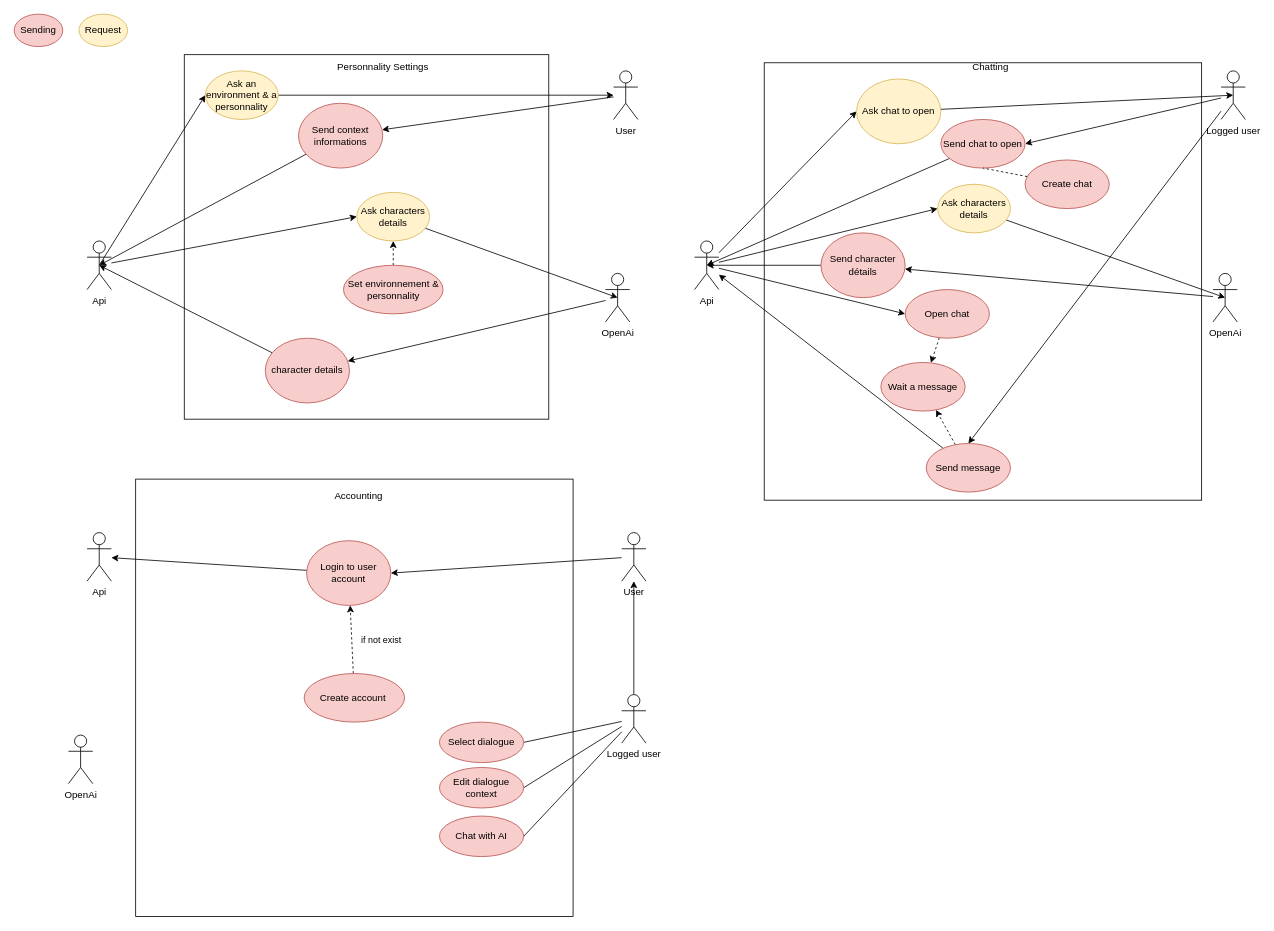
This is page "UseCase" (1 of 4) of UseCase.drawio from TheoPasquier/Ai-Personnality-chatting, a draw.io file, before an edit. Source tidied: cells renumbered, new cells numbered last; positions are measured from the earlier drawing's top-left corner, leaving out a move shared by most shapes. Both pictures are drawn from the tidied source at 81%, with x=0, y=0 at pixel (14, 14).
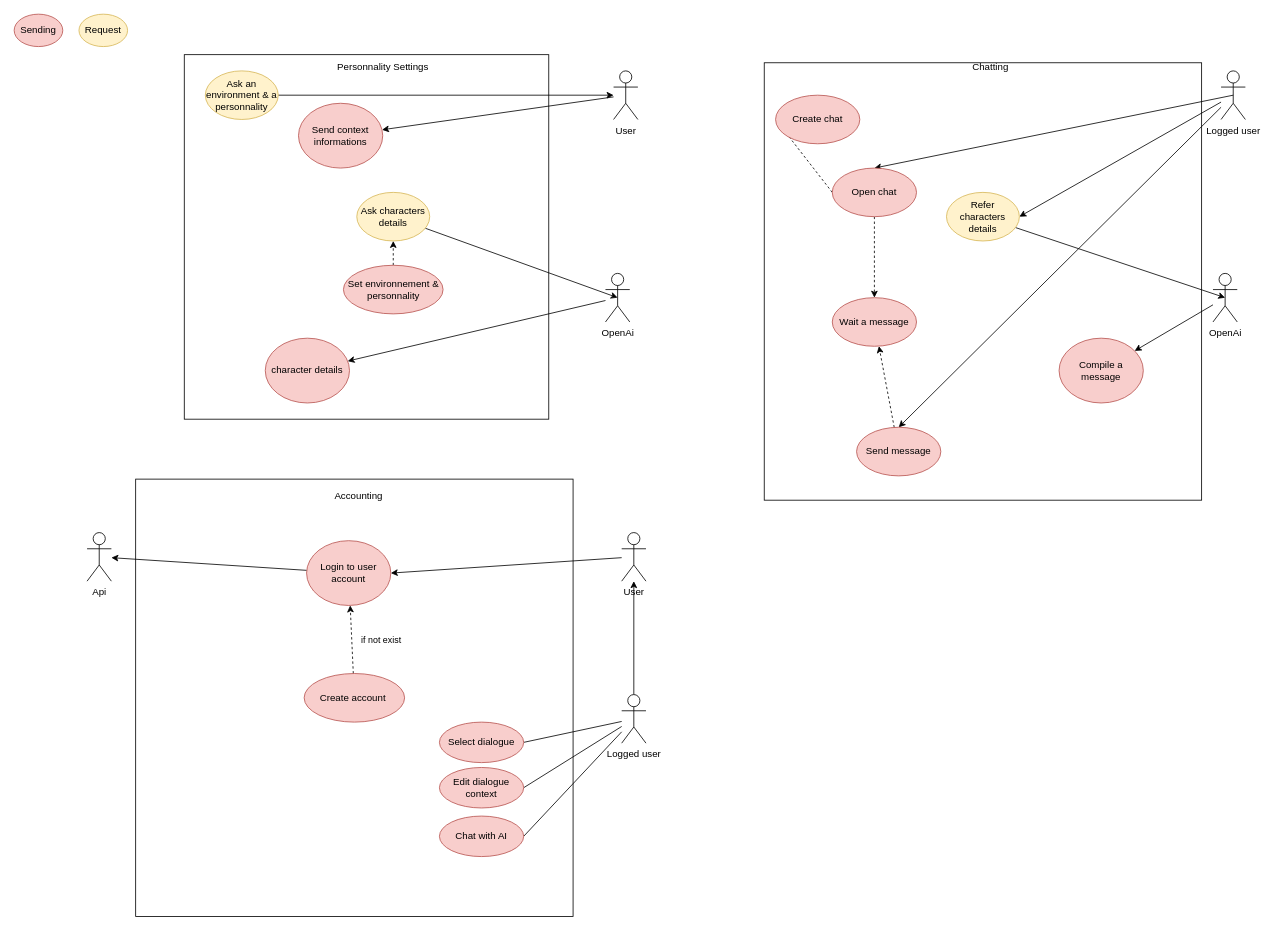
After the change.

Commit message:
Mettre à jour UseCase.drawio

Unchanged cells that the change refers to:
```xml
<mxCell id="11" value="&lt;div&gt;Ask an environment &amp;amp; a personnality&lt;/div&gt;" style="ellipse;whiteSpace=wrap;html=1;fillColor=#fff2cc;strokeColor=#d6b656;" parent="1" vertex="1">
  <mxGeometry x="236" y="70" width="90" height="60" as="geometry" />
</mxCell>
<mxCell id="13" value="&lt;div&gt;Send context informations&lt;/div&gt;" style="ellipse;whiteSpace=wrap;html=1;fillColor=#f8cecc;strokeColor=#b85450;" parent="1" vertex="1">
  <mxGeometry x="351" y="110" width="104" height="80" as="geometry" />
</mxCell>
<mxCell id="15" value="character details" style="ellipse;whiteSpace=wrap;html=1;fillColor=#f8cecc;strokeColor=#b85450;" parent="1" vertex="1">
  <mxGeometry x="310" y="400" width="104" height="80" as="geometry" />
</mxCell>
<mxCell id="17" value="Ask characters details" style="ellipse;whiteSpace=wrap;html=1;fillColor=#fff2cc;strokeColor=#d6b656;" parent="1" vertex="1">
  <mxGeometry x="423" y="220" width="90" height="60" as="geometry" />
</mxCell>
<mxCell id="45" value="Logged user" style="shape=umlActor;verticalLabelPosition=bottom;verticalAlign=top;html=1;outlineConnect=0;" parent="1" vertex="1">
  <mxGeometry x="1490" y="70" width="30" height="60" as="geometry" />
</mxCell>
```

Change to the diagram source:
```diff
@@
-    <mxCell id="7" style="rounded=0;jettySize=auto;html=1;exitX=0.5;exitY=0.5;exitDx=0;exitDy=0;exitPerimeter=0;entryX=0;entryY=0.5;entryDx=0;entryDy=0;" parent="1" edge="1" source="9" target="11">
-      <mxGeometry relative="1" as="geometry" />
-    </mxCell>
-    <mxCell id="8" style="edgeStyle=none;rounded=0;jettySize=auto;html=1;entryX=0;entryY=0.5;entryDx=0;entryDy=0;" parent="1" edge="1" source="9" target="17">
-      <mxGeometry relative="1" as="geometry" />
-    </mxCell>
-    <mxCell id="9" value="Api" style="shape=umlActor;verticalLabelPosition=bottom;verticalAlign=top;html=1;outlineConnect=0;" parent="1" vertex="1">
-      <mxGeometry x="90" y="280" width="30" height="60" as="geometry" />
-    </mxCell>
@@
-    <mxCell id="12" style="edgeStyle=none;rounded=0;jettySize=auto;html=1;entryX=0.5;entryY=0.5;entryDx=0;entryDy=0;entryPerimeter=0;" parent="1" edge="1" source="13" target="9">
-      <mxGeometry relative="1" as="geometry" />
-    </mxCell>
@@
-    <mxCell id="14" style="edgeStyle=none;rounded=0;jettySize=auto;html=1;entryX=0.5;entryY=0.5;entryDx=0;entryDy=0;entryPerimeter=0;" parent="1" edge="1" source="15" target="9">
-      <mxGeometry relative="1" as="geometry" />
-    </mxCell>
@@
-    <mxCell id="21" value="OpenAi" style="shape=umlActor;verticalLabelPosition=bottom;verticalAlign=top;html=1;" parent="1" vertex="1">
-      <mxGeometry x="67" y="890" width="30" height="60" as="geometry" />
-    </mxCell>
@@
-    <mxCell id="43" style="edgeStyle=none;rounded=0;jettySize=auto;html=1;entryX=1;entryY=0.5;entryDx=0;entryDy=0;strokeWidth=1;" parent="1" edge="1" source="45" target="60">
-      <mxGeometry relative="1" as="geometry" />
-    </mxCell>
@@
+    <mxCell id="71" style="edgeStyle=none;rounded=0;jettySize=auto;html=1;entryX=1;entryY=0.5;entryDx=0;entryDy=0;endArrow=classic;endFill=1;" parent="1" edge="1" source="45" target="57">
+      <mxGeometry relative="1" as="geometry" />
+    </mxCell>
@@
-    <mxCell id="48" style="edgeStyle=none;rounded=0;jettySize=auto;html=1;entryX=0;entryY=0.5;entryDx=0;entryDy=0;" parent="1" edge="1" source="51" target="57">
-      <mxGeometry relative="1" as="geometry" />
-    </mxCell>
-    <mxCell id="49" style="edgeStyle=none;rounded=0;jettySize=auto;html=1;entryX=0;entryY=0.5;entryDx=0;entryDy=0;strokeWidth=1;" parent="1" edge="1" source="51" target="53">
-      <mxGeometry relative="1" as="geometry" />
-    </mxCell>
-    <mxCell id="50" style="edgeStyle=none;rounded=0;jettySize=auto;html=1;entryX=0;entryY=0.5;entryDx=0;entryDy=0;strokeWidth=1;" parent="1" edge="1" source="51" target="64">
-      <mxGeometry relative="1" as="geometry" />
-    </mxCell>
-    <mxCell id="51" value="Api" style="shape=umlActor;verticalLabelPosition=bottom;verticalAlign=top;html=1;outlineConnect=0;" parent="1" vertex="1">
-      <mxGeometry x="840" y="280" width="30" height="60" as="geometry" />
-    </mxCell>
-    <mxCell id="52" style="edgeStyle=none;rounded=0;jettySize=auto;html=1;entryX=0.5;entryY=0.5;entryDx=0;entryDy=0;entryPerimeter=0;strokeWidth=1;" parent="1" edge="1" source="53" target="45">
+    <mxCell id="52" style="edgeStyle=none;rounded=0;jettySize=auto;html=1;entryX=0.5;entryY=0.5;entryDx=0;entryDy=0;entryPerimeter=0;strokeWidth=1;endArrow=none;endFill=0;exitX=0.5;exitY=0;exitDx=0;exitDy=0;startArrow=classic;startFill=1;" parent="1" edge="1" source="64" target="45">
       <mxGeometry relative="1" as="geometry" />
     </mxCell>
-    <mxCell id="53" value="&lt;div&gt;Ask chat to open&lt;/div&gt;" style="ellipse;whiteSpace=wrap;html=1;fillColor=#fff2cc;strokeColor=#d6b656;" parent="1" vertex="1">
-      <mxGeometry x="1040" y="80" width="104" height="80" as="geometry" />
-    </mxCell>
-    <mxCell id="54" style="edgeStyle=none;rounded=0;jettySize=auto;html=1;entryX=0.5;entryY=0.5;entryDx=0;entryDy=0;entryPerimeter=0;" parent="1" edge="1" source="55" target="51">
-      <mxGeometry relative="1" as="geometry" />
-    </mxCell>
+    <mxCell id="72" style="rounded=0;jettySize=auto;html=1;entryX=0;entryY=0.5;entryDx=0;entryDy=0;endArrow=none;endFill=0;dashed=1;exitX=0;exitY=0.5;exitDx=0;exitDy=0;" parent="1" edge="1" source="64" target="62">
+      <mxGeometry relative="1" as="geometry" />
+    </mxCell>
-    <mxCell id="55" value="Send character détails" style="ellipse;whiteSpace=wrap;html=1;fillColor=#f8cecc;strokeColor=#b85450;" parent="1" vertex="1">
-      <mxGeometry x="996" y="270" width="104" height="80" as="geometry" />
+    <mxCell id="55" value="Compile a message" style="ellipse;whiteSpace=wrap;html=1;fillColor=#f8cecc;strokeColor=#b85450;" parent="1" vertex="1">
+      <mxGeometry x="1290" y="400" width="104" height="80" as="geometry" />
     </mxCell>
@@
-    <mxCell id="57" value="Ask characters details" style="ellipse;whiteSpace=wrap;html=1;fillColor=#fff2cc;strokeColor=#d6b656;" parent="1" vertex="1">
-      <mxGeometry x="1140" y="210" width="90" height="60" as="geometry" />
+    <mxCell id="57" value="Refer characters details" style="ellipse;whiteSpace=wrap;html=1;fillColor=#fff2cc;strokeColor=#d6b656;" parent="1" vertex="1">
+      <mxGeometry x="1151" y="220" width="90" height="60" as="geometry" />
     </mxCell>
@@
-    <mxCell id="59" style="edgeStyle=none;rounded=0;jettySize=auto;html=1;entryX=0.5;entryY=0.5;entryDx=0;entryDy=0;entryPerimeter=0;strokeWidth=1;" parent="1" edge="1" source="60" target="51">
-      <mxGeometry relative="1" as="geometry" />
-    </mxCell>
-    <mxCell id="60" value="Send chat to open" style="ellipse;whiteSpace=wrap;html=1;fillColor=#f8cecc;strokeColor=#b85450;" parent="1" vertex="1">
-      <mxGeometry x="1144" y="130" width="104" height="60" as="geometry" />
-    </mxCell>
-    <mxCell id="61" style="edgeStyle=none;rounded=0;jettySize=auto;html=1;entryX=0.5;entryY=1;entryDx=0;entryDy=0;strokeWidth=1;dashed=1;endArrow=none;endFill=0;" parent="1" edge="1" source="62" target="60">
-      <mxGeometry relative="1" as="geometry" />
-    </mxCell>
     <mxCell id="62" value="Create chat" style="ellipse;whiteSpace=wrap;html=1;fillColor=#f8cecc;strokeColor=#b85450;" parent="1" vertex="1">
-      <mxGeometry x="1248" y="180" width="104" height="60" as="geometry" />
+      <mxGeometry x="940" y="100" width="104" height="60" as="geometry" />
     </mxCell>
@@
     <mxCell id="64" value="Open chat" style="ellipse;whiteSpace=wrap;html=1;fillColor=#f8cecc;strokeColor=#b85450;" parent="1" vertex="1">
-      <mxGeometry x="1100" y="340" width="104" height="60" as="geometry" />
+      <mxGeometry x="1010" y="190" width="104" height="60" as="geometry" />
     </mxCell>
     <mxCell id="65" value="Wait a message" style="ellipse;whiteSpace=wrap;html=1;fillColor=#f8cecc;strokeColor=#b85450;" parent="1" vertex="1">
-      <mxGeometry x="1070" y="430" width="104" height="60" as="geometry" />
+      <mxGeometry x="1010" y="350" width="104" height="60" as="geometry" />
     </mxCell>
-    <mxCell id="66" style="edgeStyle=none;rounded=0;jettySize=auto;html=1;strokeWidth=1;" parent="1" edge="1" source="68" target="51">
-      <mxGeometry relative="1" as="geometry" />
-    </mxCell>
@@
     <mxCell id="68" value="Send message" style="ellipse;whiteSpace=wrap;html=1;fillColor=#f8cecc;strokeColor=#b85450;" parent="1" vertex="1">
-      <mxGeometry x="1126" y="530" width="104" height="60" as="geometry" />
+      <mxGeometry x="1040" y="510" width="104" height="60" as="geometry" />
     </mxCell>
```
